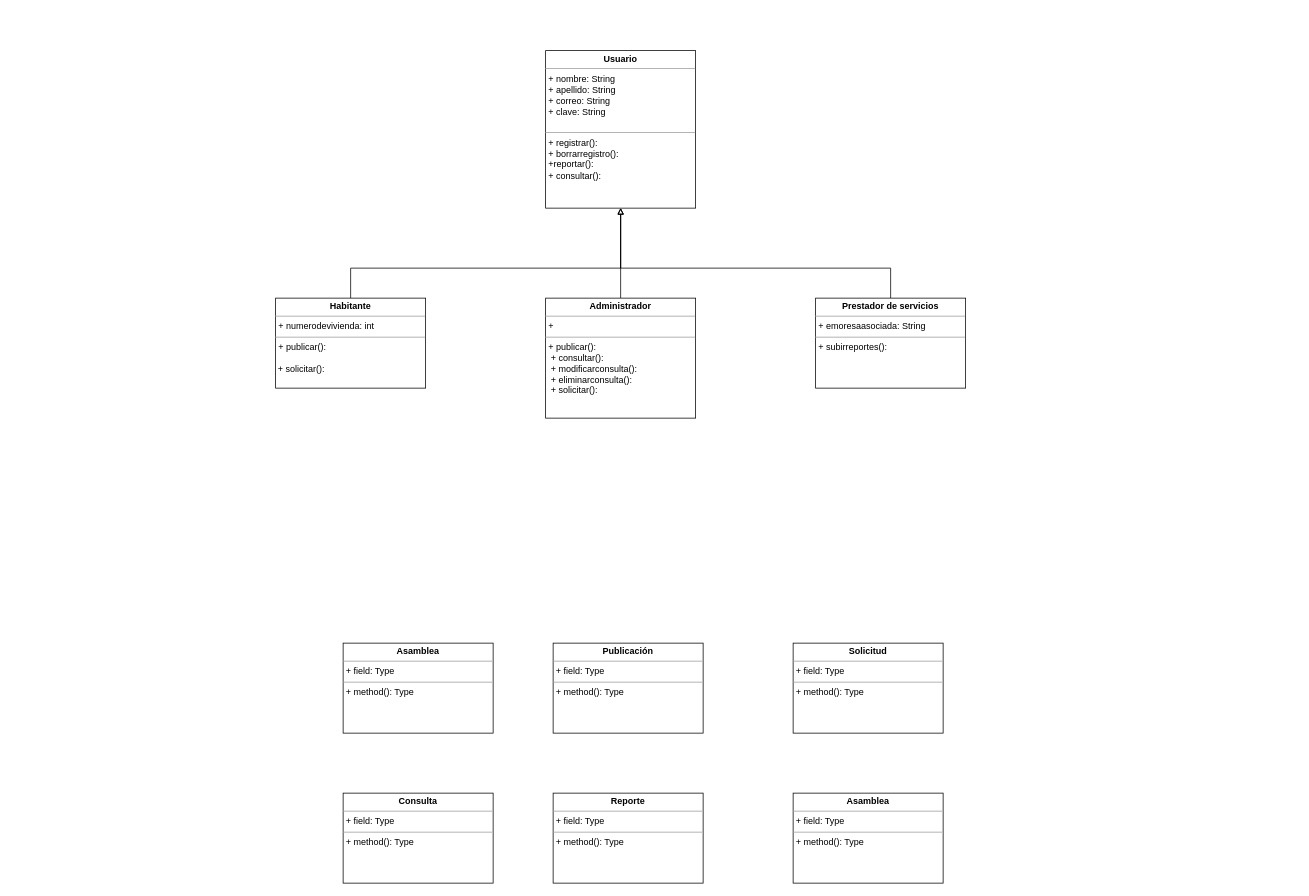
Earlier version of the draw.io diagram Diagrama de clases.drawio (mnivia/Administracion-unidades-cerradas). Source tidied: cells renumbered, new cells numbered last; positions are measured from the earlier drawing's top-left corner, leaving out a move shared by most shapes. Both pictures are drawn from the tidied source at 75%, with x=0, y=0 at pixel (275, 50).
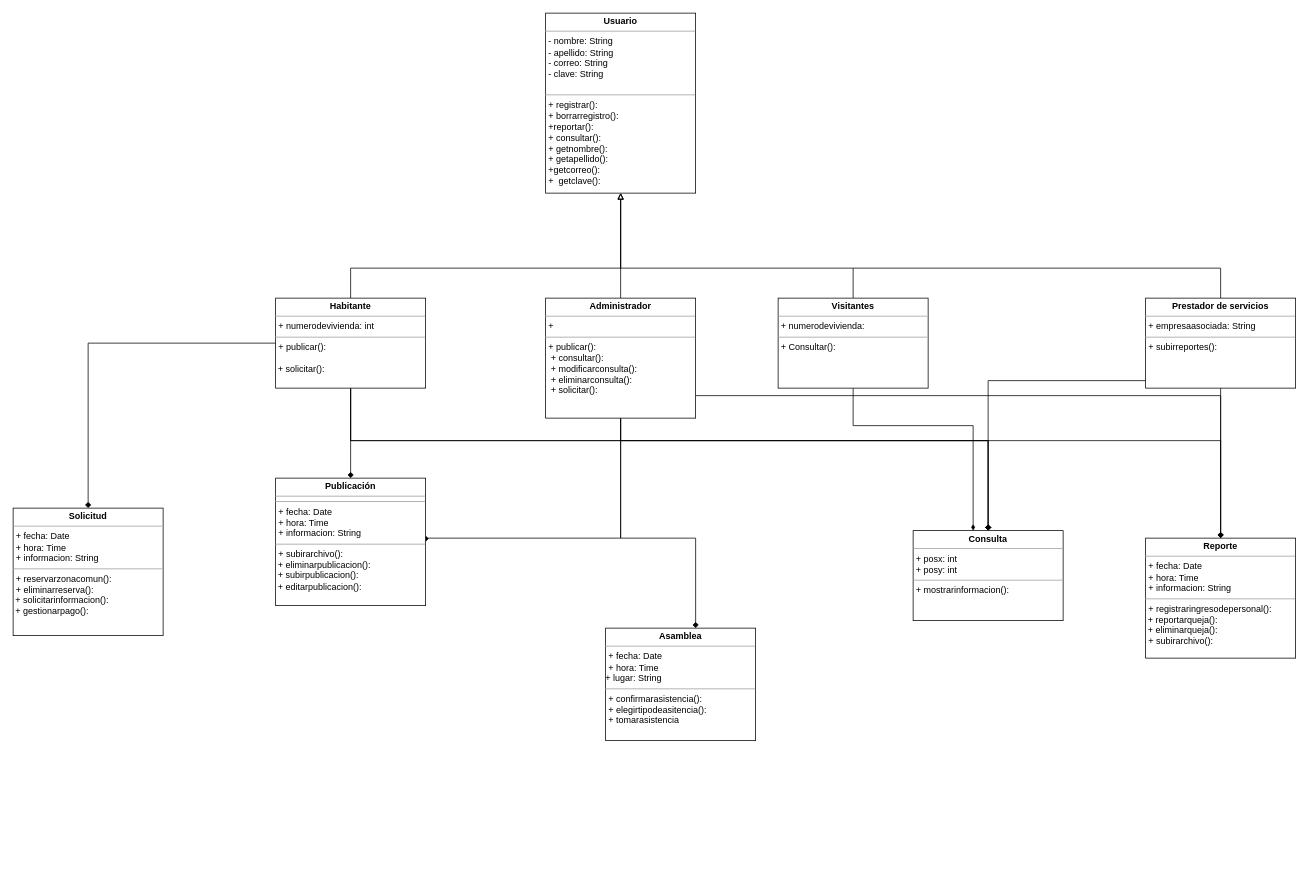
Above is the later version.

The change refers to these unchanged cells:
```xml
<mxCell id="4" value="&lt;p style=&quot;margin: 0px ; margin-top: 4px ; text-align: center&quot;&gt;&lt;b&gt;Habitante&lt;/b&gt;&lt;/p&gt;&lt;hr size=&quot;1&quot;&gt;&lt;p style=&quot;margin: 0px ; margin-left: 4px&quot;&gt;+ numerodevivienda: int&lt;/p&gt;&lt;hr size=&quot;1&quot;&gt;&lt;p style=&quot;margin: 0px ; margin-left: 4px&quot;&gt;+ publicar():&lt;/p&gt;&lt;br&gt;&amp;nbsp;+ solicitar():&lt;br&gt;&lt;p style=&quot;margin: 0px ; margin-left: 4px&quot;&gt;&amp;nbsp;&lt;/p&gt;" style="verticalAlign=top;align=left;overflow=fill;fontSize=12;fontFamily=Helvetica;html=1;" parent="1" vertex="1">
  <mxGeometry y="330" width="200" height="120" as="geometry" />
</mxCell>
<mxCell id="6" value="&lt;p style=&quot;margin: 0px ; margin-top: 4px ; text-align: center&quot;&gt;&lt;b&gt;Administrador&lt;/b&gt;&lt;/p&gt;&lt;hr size=&quot;1&quot;&gt;&lt;p style=&quot;margin: 0px ; margin-left: 4px&quot;&gt;+&amp;nbsp;&lt;/p&gt;&lt;hr size=&quot;1&quot;&gt;&lt;p style=&quot;margin: 0px 0px 0px 4px&quot;&gt;+ publicar():&lt;/p&gt;&lt;p style=&quot;margin: 0px ; margin-left: 4px&quot;&gt;&amp;nbsp;+ consultar():&lt;/p&gt;&lt;p style=&quot;margin: 0px ; margin-left: 4px&quot;&gt;&amp;nbsp;+ modificarconsulta():&lt;/p&gt;&lt;p style=&quot;margin: 0px ; margin-left: 4px&quot;&gt;&lt;span&gt;&amp;nbsp;+ eliminarconsulta():&lt;/span&gt;&lt;/p&gt;&lt;p style=&quot;margin: 0px ; margin-left: 4px&quot;&gt;&amp;nbsp;+ solicitar():&lt;br&gt;&lt;/p&gt;" style="verticalAlign=top;align=left;overflow=fill;fontSize=12;fontFamily=Helvetica;html=1;" parent="1" vertex="1">
  <mxGeometry x="360" y="330" width="200" height="160" as="geometry" />
</mxCell>
```

What changed in the source:
```diff
@@
-    <mxCell id="2" value="&lt;p style=&quot;margin: 0px ; margin-top: 4px ; text-align: center&quot;&gt;&lt;b&gt;Usuario&lt;/b&gt;&lt;/p&gt;&lt;hr size=&quot;1&quot;&gt;&lt;p style=&quot;margin: 0px ; margin-left: 4px&quot;&gt;+ nombre: String&lt;/p&gt;&lt;p style=&quot;margin: 0px ; margin-left: 4px&quot;&gt;+ apellido: String&lt;br&gt;&lt;/p&gt;&lt;p style=&quot;margin: 0px ; margin-left: 4px&quot;&gt;+ correo: String&lt;br&gt;&lt;/p&gt;&lt;p style=&quot;margin: 0px ; margin-left: 4px&quot;&gt;+ clave: String&lt;br&gt;&lt;/p&gt;&lt;p style=&quot;margin: 0px ; margin-left: 4px&quot;&gt;&lt;br&gt;&lt;/p&gt;&lt;hr size=&quot;1&quot;&gt;&lt;p style=&quot;margin: 0px ; margin-left: 4px&quot;&gt;+ registrar():&lt;/p&gt;&lt;p style=&quot;margin: 0px ; margin-left: 4px&quot;&gt;+ borrarregistro():&lt;br&gt;&lt;/p&gt;&lt;p style=&quot;margin: 0px ; margin-left: 4px&quot;&gt;+reportar():&lt;/p&gt;&lt;p style=&quot;margin: 0px ; margin-left: 4px&quot;&gt;+ consultar():&lt;br&gt;&lt;/p&gt;&lt;p style=&quot;margin: 0px ; margin-left: 4px&quot;&gt;&amp;nbsp;&lt;/p&gt;" style="verticalAlign=top;align=left;overflow=fill;fontSize=12;fontFamily=Helvetica;html=1;" parent="1" vertex="1">
-      <mxGeometry x="360" width="200" height="210" as="geometry" />
+    <mxCell id="2" value="&lt;p style=&quot;margin: 0px ; margin-top: 4px ; text-align: center&quot;&gt;&lt;b&gt;Usuario&lt;/b&gt;&lt;/p&gt;&lt;hr size=&quot;1&quot;&gt;&lt;p style=&quot;margin: 0px ; margin-left: 4px&quot;&gt;- nombre: String&lt;/p&gt;&lt;p style=&quot;margin: 0px ; margin-left: 4px&quot;&gt;- apellido: String&lt;br&gt;&lt;/p&gt;&lt;p style=&quot;margin: 0px ; margin-left: 4px&quot;&gt;- correo: String&lt;br&gt;&lt;/p&gt;&lt;p style=&quot;margin: 0px ; margin-left: 4px&quot;&gt;- clave: String&lt;br&gt;&lt;/p&gt;&lt;p style=&quot;margin: 0px ; margin-left: 4px&quot;&gt;&lt;br&gt;&lt;/p&gt;&lt;hr size=&quot;1&quot;&gt;&lt;p style=&quot;margin: 0px ; margin-left: 4px&quot;&gt;+ registrar():&lt;/p&gt;&lt;p style=&quot;margin: 0px ; margin-left: 4px&quot;&gt;+ borrarregistro():&lt;br&gt;&lt;/p&gt;&lt;p style=&quot;margin: 0px ; margin-left: 4px&quot;&gt;+reportar():&lt;/p&gt;&lt;p style=&quot;margin: 0px ; margin-left: 4px&quot;&gt;+ consultar():&lt;br&gt;&lt;/p&gt;&lt;p style=&quot;margin: 0px ; margin-left: 4px&quot;&gt;+&amp;nbsp;&lt;span&gt;getnombre():&lt;/span&gt;&lt;/p&gt;&lt;p style=&quot;margin: 0px 0px 0px 4px&quot;&gt;+ getapellido():&amp;nbsp;&lt;br&gt;&lt;/p&gt;&lt;p style=&quot;margin: 0px 0px 0px 4px&quot;&gt;+getcorreo():&amp;nbsp;&lt;br&gt;&lt;/p&gt;&lt;p style=&quot;margin: 0px 0px 0px 4px&quot;&gt;+&amp;nbsp; getclave():&amp;nbsp;&lt;br&gt;&lt;/p&gt;&lt;p style=&quot;margin: 0px 0px 0px 4px&quot;&gt;&lt;br&gt;&lt;/p&gt;&lt;p style=&quot;margin: 0px ; margin-left: 4px&quot;&gt;&amp;nbsp;&lt;/p&gt;" style="verticalAlign=top;align=left;overflow=fill;fontSize=12;fontFamily=Helvetica;html=1;" parent="1" vertex="1">
+      <mxGeometry x="360" y="-50" width="200" height="240" as="geometry" />
     </mxCell>
@@
+    <mxCell id="15" style="edgeStyle=orthogonalEdgeStyle;rounded=0;jettySize=auto;html=1;endArrow=diamond;endFill=1;" parent="1" edge="1" source="4" target="10">
+      <mxGeometry relative="1" as="geometry" />
+    </mxCell>
+    <mxCell id="16" style="edgeStyle=orthogonalEdgeStyle;rounded=0;jettySize=auto;html=1;endArrow=diamond;endFill=1;entryX=0.5;entryY=0;entryDx=0;entryDy=0;" parent="1" edge="1" source="4" target="11">
+      <mxGeometry relative="1" as="geometry" />
+    </mxCell>
+    <mxCell id="17" style="edgeStyle=orthogonalEdgeStyle;rounded=0;jettySize=auto;html=1;endArrow=diamond;endFill=1;" parent="1" edge="1" source="4" target="12">
+      <mxGeometry relative="1" as="geometry">
+        <Array as="points">
+          <mxPoint x="100" y="520" />
+          <mxPoint x="950" y="520" />
+        </Array>
+      </mxGeometry>
+    </mxCell>
+    <mxCell id="18" style="edgeStyle=orthogonalEdgeStyle;rounded=0;jettySize=auto;html=1;entryX=0.5;entryY=0;entryDx=0;entryDy=0;endArrow=diamond;endFill=1;" parent="1" edge="1" source="4" target="13">
+      <mxGeometry relative="1" as="geometry">
+        <Array as="points">
+          <mxPoint x="100" y="520" />
+          <mxPoint x="1260" y="520" />
+        </Array>
+      </mxGeometry>
+    </mxCell>
@@
+    <mxCell id="19" style="edgeStyle=orthogonalEdgeStyle;rounded=0;jettySize=auto;html=1;entryX=1;entryY=0.5;entryDx=0;entryDy=0;endArrow=diamond;endFill=1;" parent="1" edge="1" source="6" target="10">
+      <mxGeometry relative="1" as="geometry">
+        <Array as="points">
+          <mxPoint x="460" y="650" />
+          <mxPoint x="200" y="650" />
+        </Array>
+      </mxGeometry>
+    </mxCell>
+    <mxCell id="20" style="edgeStyle=orthogonalEdgeStyle;rounded=0;jettySize=auto;html=1;endArrow=diamond;endFill=1;" parent="1" edge="1" source="6">
+      <mxGeometry relative="1" as="geometry">
+        <mxPoint x="560" y="770" as="targetPoint" />
+        <Array as="points">
+          <mxPoint x="460" y="650" />
+          <mxPoint x="560" y="650" />
+        </Array>
+      </mxGeometry>
+    </mxCell>
+    <mxCell id="21" style="edgeStyle=orthogonalEdgeStyle;rounded=0;jettySize=auto;html=1;entryX=0.5;entryY=0;entryDx=0;entryDy=0;endArrow=diamond;endFill=1;" parent="1" edge="1" source="6" target="12">
+      <mxGeometry relative="1" as="geometry">
+        <Array as="points">
+          <mxPoint x="460" y="520" />
+          <mxPoint x="950" y="520" />
+        </Array>
+      </mxGeometry>
+    </mxCell>
+    <mxCell id="22" style="edgeStyle=orthogonalEdgeStyle;rounded=0;jettySize=auto;html=1;entryX=0.5;entryY=0.083;entryDx=0;entryDy=0;entryPerimeter=0;endArrow=diamond;endFill=1;" parent="1" edge="1" source="6" target="13">
+      <mxGeometry relative="1" as="geometry">
+        <Array as="points">
+          <mxPoint x="1260" y="460" />
+        </Array>
+      </mxGeometry>
+    </mxCell>
@@
     <mxCell id="7" style="edgeStyle=orthogonalEdgeStyle;rounded=0;jettySize=auto;html=1;entryX=0.5;entryY=1;entryDx=0;entryDy=0;endArrow=block;endFill=0;" parent="1" edge="1" source="8" target="2">
       <mxGeometry relative="1" as="geometry">
         <Array as="points">
-          <mxPoint x="820" y="290" />
+          <mxPoint x="1260" y="290" />
           <mxPoint x="460" y="290" />
         </Array>
       </mxGeometry>
     </mxCell>
+    <mxCell id="23" style="edgeStyle=orthogonalEdgeStyle;rounded=0;jettySize=auto;html=1;entryX=0.5;entryY=0;entryDx=0;entryDy=0;endArrow=diamond;endFill=1;" parent="1" edge="1" source="8" target="12">
+      <mxGeometry relative="1" as="geometry">
+        <Array as="points">
+          <mxPoint x="950" y="440" />
+        </Array>
+      </mxGeometry>
+    </mxCell>
+    <mxCell id="24" style="edgeStyle=orthogonalEdgeStyle;rounded=0;jettySize=auto;html=1;endArrow=diamond;endFill=1;" parent="1" edge="1" source="8" target="13">
+      <mxGeometry relative="1" as="geometry" />
+    </mxCell>
-    <mxCell id="8" value="&lt;p style=&quot;margin: 0px ; margin-top: 4px ; text-align: center&quot;&gt;&lt;b&gt;Prestador de servicios&lt;/b&gt;&lt;/p&gt;&lt;hr size=&quot;1&quot;&gt;&lt;p style=&quot;margin: 0px ; margin-left: 4px&quot;&gt;+ emoresaasociada: String&lt;/p&gt;&lt;hr size=&quot;1&quot;&gt;&lt;p style=&quot;margin: 0px ; margin-left: 4px&quot;&gt;+ subirreportes():&lt;/p&gt;&lt;p style=&quot;margin: 0px ; margin-left: 4px&quot;&gt;&lt;br&gt;&lt;/p&gt;" style="verticalAlign=top;align=left;overflow=fill;fontSize=12;fontFamily=Helvetica;html=1;" parent="1" vertex="1">
-      <mxGeometry x="720" y="330" width="200" height="120" as="geometry" />
+    <mxCell id="8" value="&lt;p style=&quot;margin: 0px ; margin-top: 4px ; text-align: center&quot;&gt;&lt;b&gt;Prestador de servicios&lt;/b&gt;&lt;/p&gt;&lt;hr size=&quot;1&quot;&gt;&lt;p style=&quot;margin: 0px ; margin-left: 4px&quot;&gt;+ empresaasociada: String&lt;/p&gt;&lt;hr size=&quot;1&quot;&gt;&lt;p style=&quot;margin: 0px ; margin-left: 4px&quot;&gt;+ subirreportes():&lt;/p&gt;&lt;p style=&quot;margin: 0px ; margin-left: 4px&quot;&gt;&lt;br&gt;&lt;/p&gt;" style="verticalAlign=top;align=left;overflow=fill;fontSize=12;fontFamily=Helvetica;html=1;" parent="1" vertex="1">
+      <mxGeometry x="1160" y="330" width="200" height="120" as="geometry" />
     </mxCell>
-    <mxCell id="9" value="&lt;p style=&quot;margin: 0px ; margin-top: 4px ; text-align: center&quot;&gt;&lt;b&gt;Asamblea&lt;/b&gt;&lt;/p&gt;&lt;hr size=&quot;1&quot;&gt;&lt;p style=&quot;margin: 0px ; margin-left: 4px&quot;&gt;+ field: Type&lt;/p&gt;&lt;hr size=&quot;1&quot;&gt;&lt;p style=&quot;margin: 0px ; margin-left: 4px&quot;&gt;+ method(): Type&lt;/p&gt;" style="verticalAlign=top;align=left;overflow=fill;fontSize=12;fontFamily=Helvetica;html=1;" parent="1" vertex="1">
-      <mxGeometry x="90" y="790" width="200" height="120" as="geometry" />
+    <mxCell id="9" value="&lt;p style=&quot;margin: 0px ; margin-top: 4px ; text-align: center&quot;&gt;&lt;b&gt;Asamblea&lt;/b&gt;&lt;/p&gt;&lt;hr size=&quot;1&quot;&gt;&lt;p style=&quot;margin: 0px ; margin-left: 4px&quot;&gt;+ fecha: Date&lt;/p&gt;&lt;p style=&quot;margin: 0px ; margin-left: 4px&quot;&gt;+ hora: Time&amp;nbsp;&lt;span&gt;&amp;nbsp;&lt;/span&gt;&lt;/p&gt;+ lugar: String&amp;nbsp;&lt;hr size=&quot;1&quot;&gt;&lt;p style=&quot;margin: 0px ; margin-left: 4px&quot;&gt;+ confirmarasistencia():&lt;/p&gt;&lt;p style=&quot;margin: 0px ; margin-left: 4px&quot;&gt;+ elegirtipodeasitencia():&lt;/p&gt;&lt;p style=&quot;margin: 0px ; margin-left: 4px&quot;&gt;+ tomarasistencia&amp;nbsp;&lt;/p&gt;" style="verticalAlign=top;align=left;overflow=fill;fontSize=12;fontFamily=Helvetica;html=1;" parent="1" vertex="1">
+      <mxGeometry x="440" y="770" width="200" height="150" as="geometry" />
     </mxCell>
-    <mxCell id="10" value="&lt;p style=&quot;margin: 0px ; margin-top: 4px ; text-align: center&quot;&gt;&lt;b&gt;Publicación&lt;/b&gt;&lt;br&gt;&lt;/p&gt;&lt;hr size=&quot;1&quot;&gt;&lt;p style=&quot;margin: 0px ; margin-left: 4px&quot;&gt;+ field: Type&lt;/p&gt;&lt;hr size=&quot;1&quot;&gt;&lt;p style=&quot;margin: 0px ; margin-left: 4px&quot;&gt;+ method(): Type&lt;/p&gt;" style="verticalAlign=top;align=left;overflow=fill;fontSize=12;fontFamily=Helvetica;html=1;" parent="1" vertex="1">
-      <mxGeometry x="370" y="790" width="200" height="120" as="geometry" />
+    <mxCell id="10" value="&lt;p style=&quot;margin: 0px ; margin-top: 4px ; text-align: center&quot;&gt;&lt;b&gt;Publicación&lt;/b&gt;&lt;br&gt;&lt;/p&gt;&lt;hr size=&quot;1&quot;&gt;&lt;hr size=&quot;1&quot;&gt;&lt;p style=&quot;margin: 0px 0px 0px 4px&quot;&gt;+ fecha: Date&lt;/p&gt;&lt;p style=&quot;margin: 0px 0px 0px 4px&quot;&gt;+ hora: Time&amp;nbsp;&amp;nbsp;&lt;/p&gt;&lt;p style=&quot;margin: 0px ; margin-left: 4px&quot;&gt;+ informacion: String&lt;br&gt;&lt;/p&gt;&lt;hr size=&quot;1&quot;&gt;&lt;p style=&quot;margin: 0px ; margin-left: 4px&quot;&gt;+ subirarchivo():&lt;/p&gt;&amp;nbsp;+ eliminarpublicacion():&lt;br&gt;&amp;nbsp;+ subirpublicacion():&lt;br&gt;&amp;nbsp;+ editarpublicacion():&lt;br&gt;&lt;p style=&quot;margin: 0px ; margin-left: 4px&quot;&gt;&amp;nbsp;&lt;/p&gt;" style="verticalAlign=top;align=left;overflow=fill;fontSize=12;fontFamily=Helvetica;html=1;" parent="1" vertex="1">
+      <mxGeometry y="570" width="200" height="170" as="geometry" />
     </mxCell>
-    <mxCell id="11" value="&lt;p style=&quot;margin: 0px ; margin-top: 4px ; text-align: center&quot;&gt;&lt;b&gt;Solicitud&lt;/b&gt;&lt;/p&gt;&lt;hr size=&quot;1&quot;&gt;&lt;p style=&quot;margin: 0px ; margin-left: 4px&quot;&gt;+ field: Type&lt;/p&gt;&lt;hr size=&quot;1&quot;&gt;&lt;p style=&quot;margin: 0px ; margin-left: 4px&quot;&gt;+ method(): Type&lt;/p&gt;" style="verticalAlign=top;align=left;overflow=fill;fontSize=12;fontFamily=Helvetica;html=1;" parent="1" vertex="1">
-      <mxGeometry x="690" y="790" width="200" height="120" as="geometry" />
+    <mxCell id="11" value="&lt;p style=&quot;margin: 0px ; margin-top: 4px ; text-align: center&quot;&gt;&lt;b&gt;Solicitud&lt;/b&gt;&lt;/p&gt;&lt;hr size=&quot;1&quot;&gt;&lt;p style=&quot;margin: 0px 0px 0px 4px&quot;&gt;+ fecha: Date&lt;/p&gt;&lt;p style=&quot;margin: 0px 0px 0px 4px&quot;&gt;+ hora: Time&amp;nbsp;&amp;nbsp;&lt;/p&gt;&lt;p style=&quot;margin: 0px 0px 0px 4px&quot;&gt;+ informacion: String&lt;/p&gt;&lt;hr size=&quot;1&quot;&gt;&lt;p style=&quot;margin: 0px ; margin-left: 4px&quot;&gt;+ reservarzonacomun():&lt;/p&gt;&lt;p style=&quot;margin: 0px ; margin-left: 4px&quot;&gt;&lt;span&gt;+ eliminarreserva():&lt;/span&gt;&lt;/p&gt;&amp;nbsp;+ solicitarinformacion():&lt;br&gt;&amp;nbsp;+ gestionarpago():&amp;nbsp;" style="verticalAlign=top;align=left;overflow=fill;fontSize=12;fontFamily=Helvetica;html=1;" parent="1" vertex="1">
+      <mxGeometry x="-350" y="610" width="200" height="170" as="geometry" />
     </mxCell>
-    <mxCell id="12" value="&lt;p style=&quot;margin: 0px ; margin-top: 4px ; text-align: center&quot;&gt;&lt;b&gt;Consulta&lt;/b&gt;&lt;/p&gt;&lt;hr size=&quot;1&quot;&gt;&lt;p style=&quot;margin: 0px ; margin-left: 4px&quot;&gt;+ field: Type&lt;/p&gt;&lt;hr size=&quot;1&quot;&gt;&lt;p style=&quot;margin: 0px ; margin-left: 4px&quot;&gt;+ method(): Type&lt;/p&gt;" style="verticalAlign=top;align=left;overflow=fill;fontSize=12;fontFamily=Helvetica;html=1;" parent="1" vertex="1">
-      <mxGeometry x="90" y="990" width="200" height="120" as="geometry" />
+    <mxCell id="12" value="&lt;p style=&quot;margin: 0px ; margin-top: 4px ; text-align: center&quot;&gt;&lt;b&gt;Consulta&lt;/b&gt;&lt;/p&gt;&lt;hr size=&quot;1&quot;&gt;&lt;p style=&quot;margin: 0px ; margin-left: 4px&quot;&gt;+ posx: int&lt;/p&gt;&lt;p style=&quot;margin: 0px ; margin-left: 4px&quot;&gt;+ posy: int&lt;/p&gt;&lt;hr size=&quot;1&quot;&gt;&lt;p style=&quot;margin: 0px ; margin-left: 4px&quot;&gt;+ mostrarinformacion():&amp;nbsp;&lt;/p&gt;" style="verticalAlign=top;align=left;overflow=fill;fontSize=12;fontFamily=Helvetica;html=1;" parent="1" vertex="1">
+      <mxGeometry x="850" y="640" width="200" height="120" as="geometry" />
     </mxCell>
-    <mxCell id="13" value="&lt;p style=&quot;margin: 0px ; margin-top: 4px ; text-align: center&quot;&gt;&lt;b&gt;Reporte&lt;/b&gt;&lt;/p&gt;&lt;hr size=&quot;1&quot;&gt;&lt;p style=&quot;margin: 0px ; margin-left: 4px&quot;&gt;+ field: Type&lt;/p&gt;&lt;hr size=&quot;1&quot;&gt;&lt;p style=&quot;margin: 0px ; margin-left: 4px&quot;&gt;+ method(): Type&lt;/p&gt;" style="verticalAlign=top;align=left;overflow=fill;fontSize=12;fontFamily=Helvetica;html=1;" parent="1" vertex="1">
-      <mxGeometry x="370" y="990" width="200" height="120" as="geometry" />
+    <mxCell id="13" value="&lt;p style=&quot;margin: 0px ; margin-top: 4px ; text-align: center&quot;&gt;&lt;b&gt;Reporte&lt;/b&gt;&lt;/p&gt;&lt;hr size=&quot;1&quot;&gt;&lt;p style=&quot;margin: 0px 0px 0px 4px&quot;&gt;+ fecha: Date&lt;/p&gt;&lt;p style=&quot;margin: 0px 0px 0px 4px&quot;&gt;+ hora: Time&amp;nbsp;&amp;nbsp;&lt;/p&gt;&lt;p style=&quot;margin: 0px 0px 0px 4px&quot;&gt;+ informacion: String&lt;/p&gt;&lt;hr size=&quot;1&quot;&gt;&lt;p style=&quot;margin: 0px ; margin-left: 4px&quot;&gt;+ registraringresodepersonal():&lt;/p&gt;&amp;nbsp;+ reportarqueja():&lt;br&gt;&amp;nbsp;+ eliminarqueja():&lt;br&gt;&lt;p style=&quot;margin: 0px ; margin-left: 4px&quot;&gt;&lt;span&gt;+ subirarchivo():&lt;/span&gt;&lt;/p&gt;" style="verticalAlign=top;align=left;overflow=fill;fontSize=12;fontFamily=Helvetica;html=1;" parent="1" vertex="1">
+      <mxGeometry x="1160" y="650" width="200" height="160" as="geometry" />
     </mxCell>
-    <mxCell id="14" value="&lt;p style=&quot;margin: 0px ; margin-top: 4px ; text-align: center&quot;&gt;&lt;b&gt;Asamblea&lt;/b&gt;&lt;/p&gt;&lt;hr size=&quot;1&quot;&gt;&lt;p style=&quot;margin: 0px ; margin-left: 4px&quot;&gt;+ field: Type&lt;/p&gt;&lt;hr size=&quot;1&quot;&gt;&lt;p style=&quot;margin: 0px ; margin-left: 4px&quot;&gt;+ method(): Type&lt;/p&gt;" style="verticalAlign=top;align=left;overflow=fill;fontSize=12;fontFamily=Helvetica;html=1;" parent="1" vertex="1">
-      <mxGeometry x="690" y="990" width="200" height="120" as="geometry" />
-    </mxCell>
+    <mxCell id="25" style="edgeStyle=orthogonalEdgeStyle;rounded=0;jettySize=auto;html=1;exitX=0.5;exitY=1;exitDx=0;exitDy=0;endArrow=diamondThin;endFill=1;" parent="1" edge="1" source="26" target="12">
+      <mxGeometry relative="1" as="geometry">
+        <Array as="points">
+          <mxPoint x="770" y="500" />
+          <mxPoint x="930" y="500" />
+        </Array>
+      </mxGeometry>
+    </mxCell>
+    <mxCell id="26" value="&lt;p style=&quot;margin: 0px ; margin-top: 4px ; text-align: center&quot;&gt;&lt;b&gt;Visitantes&lt;/b&gt;&lt;/p&gt;&lt;hr size=&quot;1&quot;&gt;&lt;p style=&quot;margin: 0px ; margin-left: 4px&quot;&gt;+ numerodevivienda:&amp;nbsp;&lt;/p&gt;&lt;hr size=&quot;1&quot;&gt;&lt;p style=&quot;margin: 0px ; margin-left: 4px&quot;&gt;+ Consultar():&lt;/p&gt;&lt;p style=&quot;margin: 0px ; margin-left: 4px&quot;&gt;&lt;br&gt;&lt;/p&gt;" style="verticalAlign=top;align=left;overflow=fill;fontSize=12;fontFamily=Helvetica;html=1;" parent="1" vertex="1">
+      <mxGeometry x="670" y="330" width="200" height="120" as="geometry" />
+    </mxCell>
+    <mxCell id="27" style="endArrow=none;html=1;entryX=0.5;entryY=0;entryDx=0;entryDy=0;" parent="1" edge="1" target="26">
+      <mxGeometry relative="1" as="geometry">
+        <mxPoint x="770" y="290" as="sourcePoint" />
+      </mxGeometry>
+    </mxCell>
```
